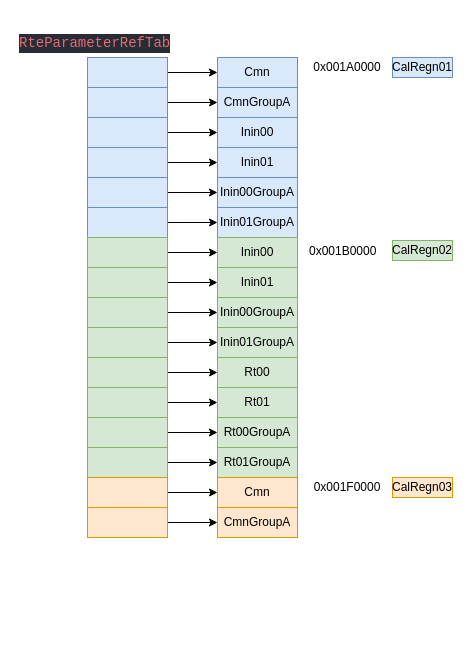
herder883/test keeps this draw.io diagram as Untitled Diagram.drawio. Above is the earlier version. Source tidied: cells renumbered, new cells numbered last; positions are measured from the earlier drawing's top-left corner, leaving out a move shared by most shapes. Both pictures are drawn from the tidied source at 100%, with x=0, y=0 at pixel (17, 27).
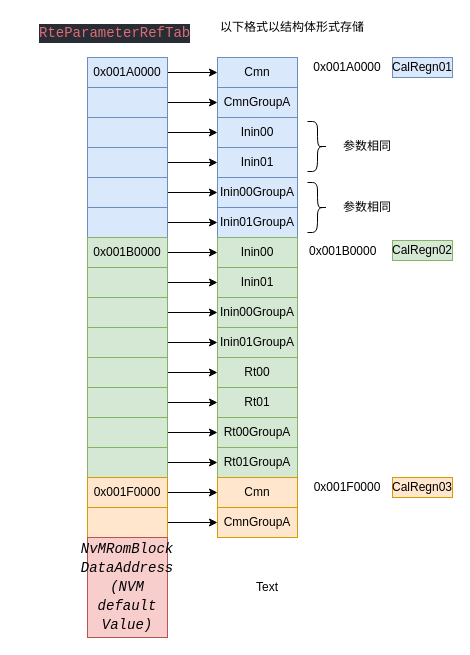
After the change.

The edit, as a diff of the source:
```diff
@@
     <mxCell id="10" value="&lt;div style=&quot;color: rgb(171, 178, 191); background-color: rgb(40, 44, 52); font-family: consolas, &amp;quot;courier new&amp;quot;, monospace; font-weight: normal; font-size: 14px; line-height: 19px;&quot;&gt;&lt;div&gt;&lt;span style=&quot;color: #e06c75&quot;&gt;RteParameterRefTab&lt;/span&gt;&lt;/div&gt;&lt;/div&gt;" style="text;whiteSpace=wrap;html=1;" parent="1" vertex="1">
-      <mxGeometry width="150" height="30" as="geometry" />
+      <mxGeometry x="20" y="-10" width="150" height="30" as="geometry" />
     </mxCell>
@@
-    <mxCell id="26" style="rounded=0;whiteSpace=wrap;html=1;imageWidth=29;imageHeight=30;fillColor=#dae8fc;strokeColor=#6c8ebf;" parent="1" vertex="1">
+    <mxCell id="26" value="&lt;span&gt;0x001A0000&lt;/span&gt;" style="rounded=0;whiteSpace=wrap;html=1;imageWidth=29;imageHeight=30;fillColor=#dae8fc;strokeColor=#6c8ebf;" parent="1" vertex="1">
       <mxGeometry x="70" y="30" width="80" height="30" as="geometry" />
     </mxCell>
@@
-    <mxCell id="38" style="rounded=0;whiteSpace=wrap;html=1;imageWidth=29;imageHeight=30;fillColor=#d5e8d4;strokeColor=#82b366;" parent="1" vertex="1">
+    <mxCell id="38" value="&lt;span style=&quot;text-align: left&quot;&gt;0x001B0000&lt;/span&gt;" style="rounded=0;whiteSpace=wrap;html=1;imageWidth=29;imageHeight=30;fillColor=#d5e8d4;strokeColor=#82b366;" parent="1" vertex="1">
       <mxGeometry x="70" y="210" width="80" height="30" as="geometry" />
     </mxCell>
@@
-    <mxCell id="54" style="rounded=0;whiteSpace=wrap;html=1;imageWidth=29;imageHeight=30;fillColor=#ffe6cc;strokeColor=#d79b00;" parent="1" vertex="1">
+    <mxCell id="54" value="&lt;span&gt;0x001F0000&lt;/span&gt;" style="rounded=0;whiteSpace=wrap;html=1;imageWidth=29;imageHeight=30;fillColor=#ffe6cc;strokeColor=#d79b00;" parent="1" vertex="1">
       <mxGeometry x="70" y="450" width="80" height="30" as="geometry" />
     </mxCell>
@@
+    <mxCell id="57" value="&lt;div style=&quot;font-family: &amp;#34;consolas&amp;#34; , &amp;#34;courier new&amp;#34; , monospace ; font-size: 14px ; line-height: 19px&quot;&gt;&lt;div style=&quot;font-family: &amp;#34;consolas&amp;#34; , &amp;#34;courier new&amp;#34; , monospace ; line-height: 19px&quot;&gt;&lt;span style=&quot;font-style: italic ; text-align: left&quot;&gt;NvMRomBlock&lt;/span&gt;&lt;/div&gt;&lt;div style=&quot;font-family: &amp;#34;consolas&amp;#34; , &amp;#34;courier new&amp;#34; , monospace ; line-height: 19px&quot;&gt;&lt;span style=&quot;font-style: italic ; text-align: left&quot;&gt;DataAddress&lt;/span&gt;&lt;br&gt;&lt;/div&gt;&lt;div style=&quot;font-family: &amp;#34;consolas&amp;#34; , &amp;#34;courier new&amp;#34; , monospace ; line-height: 19px&quot;&gt;&lt;span style=&quot;font-style: italic ; text-align: left&quot;&gt;(NVM default Value&lt;/span&gt;&lt;span style=&quot;font-style: italic ; text-align: left&quot;&gt;)&lt;/span&gt;&lt;/div&gt;&lt;/div&gt;" style="rounded=0;whiteSpace=wrap;html=1;imageWidth=29;imageHeight=30;strokeColor=#b85450;fillColor=#f8cecc;labelBorderColor=none;labelBackgroundColor=none;" parent="1" vertex="1">
+      <mxGeometry x="70" y="510" width="80" height="100" as="geometry" />
+    </mxCell>
+    <mxCell id="58" value="以下格式以结构体形式存储" style="text;html=1;strokeColor=none;fillColor=none;align=center;verticalAlign=middle;whiteSpace=wrap;rounded=0;labelBackgroundColor=none;fontColor=#000000;" parent="1" vertex="1">
+      <mxGeometry x="190" y="-10" width="170" height="20" as="geometry" />
+    </mxCell>
+    <mxCell id="59" style="shape=curlyBracket;whiteSpace=wrap;html=1;rounded=1;labelBackgroundColor=none;fillColor=#FFE6CC;fontColor=#000000;rotation=-180;" parent="1" vertex="1">
+      <mxGeometry x="290" y="94" width="20" height="50" as="geometry" />
+    </mxCell>
+    <mxCell id="60" style="shape=curlyBracket;whiteSpace=wrap;html=1;rounded=1;labelBackgroundColor=none;fillColor=#FFE6CC;fontColor=#000000;rotation=-180;" parent="1" vertex="1">
+      <mxGeometry x="290" y="155" width="20" height="50" as="geometry" />
+    </mxCell>
+    <mxCell id="61" value="Text" style="text;html=1;strokeColor=none;fillColor=none;align=center;verticalAlign=middle;whiteSpace=wrap;rounded=0;labelBackgroundColor=none;fontColor=#000000;" parent="1" vertex="1">
+      <mxGeometry x="230" y="550" width="40" height="20" as="geometry" />
+    </mxCell>
+    <mxCell id="62" value="参数相同" style="text;html=1;strokeColor=none;fillColor=none;align=center;verticalAlign=middle;whiteSpace=wrap;rounded=0;labelBackgroundColor=none;fontColor=#000000;" parent="1" vertex="1">
+      <mxGeometry x="320" y="109" width="60" height="20" as="geometry" />
+    </mxCell>
+    <mxCell id="63" value="参数相同" style="text;html=1;strokeColor=none;fillColor=none;align=center;verticalAlign=middle;whiteSpace=wrap;rounded=0;labelBackgroundColor=none;fontColor=#000000;" parent="1" vertex="1">
+      <mxGeometry x="320" y="170" width="60" height="20" as="geometry" />
+    </mxCell>
```
